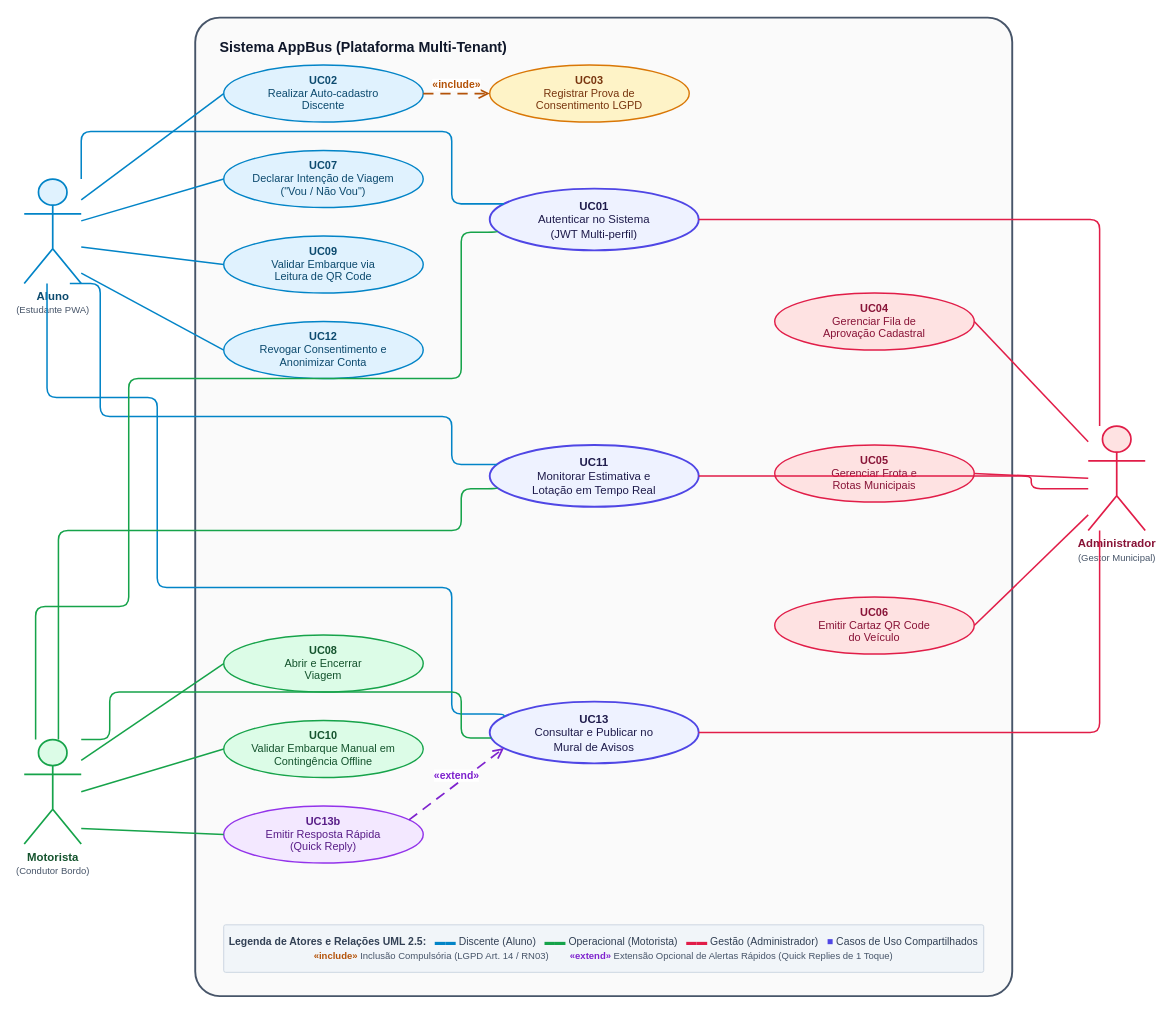
jvarrudx/TCC-AppBus keeps this draw.io diagram as prints_tcc/Figura_05_Diagrama_Casos_de_Uso.drawio. Above is the earlier version. Source tidied: cells renumbered, new cells numbered last; positions are measured from the earlier drawing's top-left corner, leaving out a move shared by most shapes. Both pictures are drawn from the tidied source at 95%, with x=0, y=0 at pixel (24, 17).
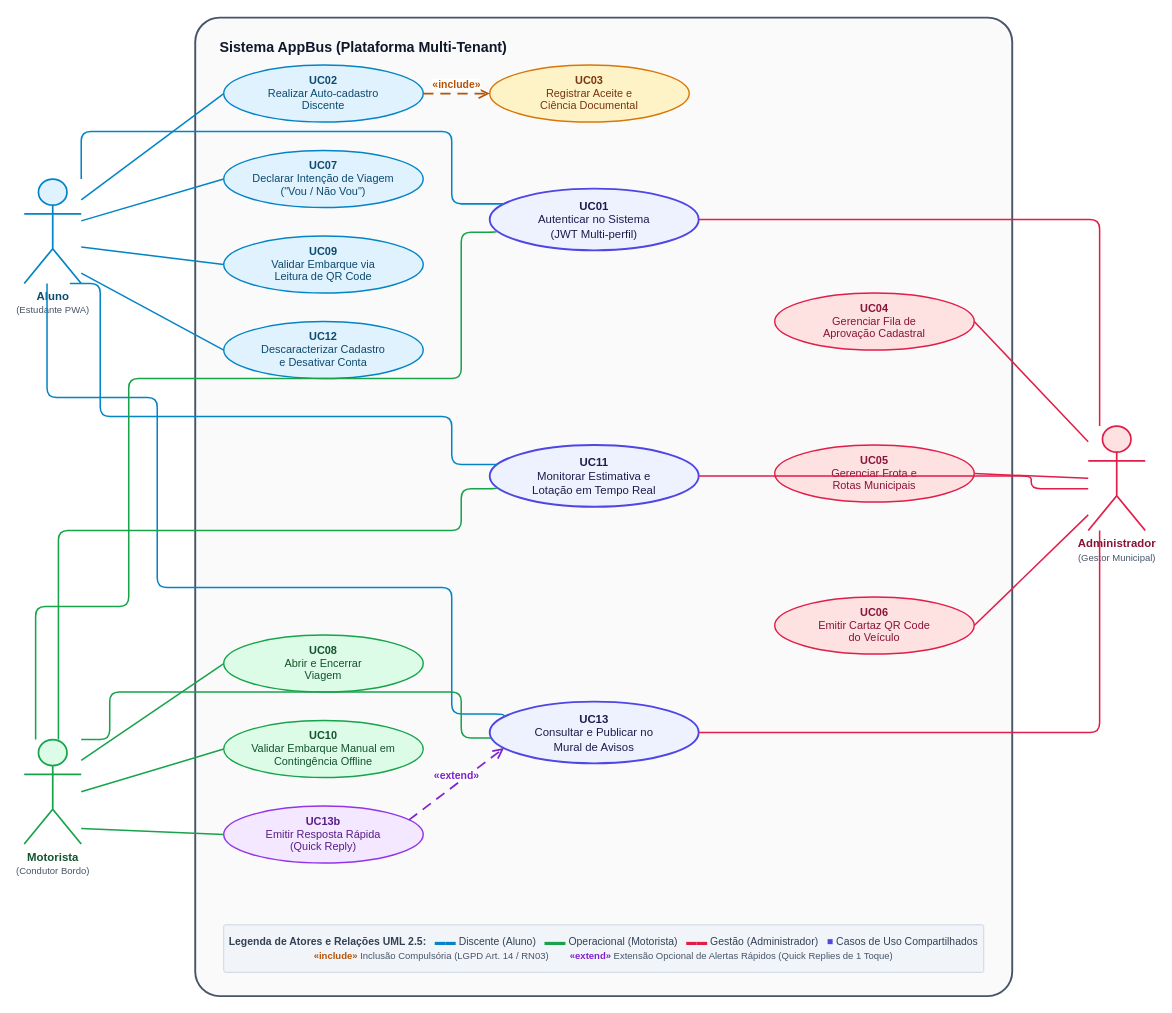
Above is the later version.

Diff of the diagram source:
```diff
@@
-    <mxCell id="7" value="&lt;b&gt;UC03&lt;/b&gt;&lt;br&gt;Registrar Prova de&lt;br&gt;Consentimento LGPD" style="ellipse;whiteSpace=wrap;html=1;fillColor=#FEF3C7;strokeColor=#D97706;strokeWidth=1.5;fontColor=#78350F;fontSize=11.5;" parent="1" vertex="1">
+    <mxCell id="7" value="&lt;b&gt;UC03&lt;/b&gt;&lt;br&gt;Registrar Aceite e&lt;br&gt;Ciência Documental" style="ellipse;whiteSpace=wrap;html=1;fillColor=#FEF3C7;strokeColor=#D97706;strokeWidth=1.5;fontColor=#78350F;fontSize=11.5;" parent="1" vertex="1">
       <mxGeometry x="490" y="50" width="210" height="60" as="geometry" />
     </mxCell>
@@
-    <mxCell id="10" value="&lt;b&gt;UC12&lt;/b&gt;&lt;br&gt;Revogar Consentimento e&lt;br&gt;Anonimizar Conta" style="ellipse;whiteSpace=wrap;html=1;fillColor=#E0F2FE;strokeColor=#0284C7;strokeWidth=1.5;fontColor=#0C4A6E;fontSize=11.5;" parent="1" vertex="1">
+    <mxCell id="10" value="&lt;b&gt;UC12&lt;/b&gt;&lt;br&gt;Descaracterizar Cadastro&lt;br&gt;e Desativar Conta" style="ellipse;whiteSpace=wrap;html=1;fillColor=#E0F2FE;strokeColor=#0284C7;strokeWidth=1.5;fontColor=#0C4A6E;fontSize=11.5;" parent="1" vertex="1">
       <mxGeometry x="210" y="320" width="210" height="60" as="geometry" />
     </mxCell>
```
